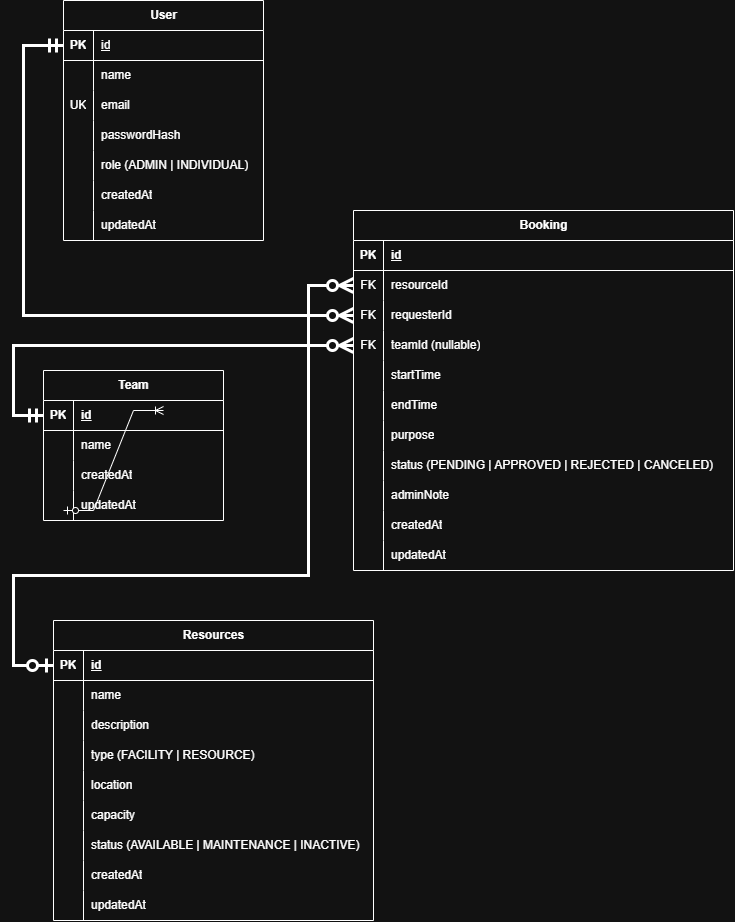
Above: assets/reservify-er-diagram.png in KKPremarathna/resource-reservation-management (draw.io), before the change. Source tidied: cells renumbered, new cells last; positions are measured from the earlier drawing's top-left corner, leaving out a move shared by most shapes.
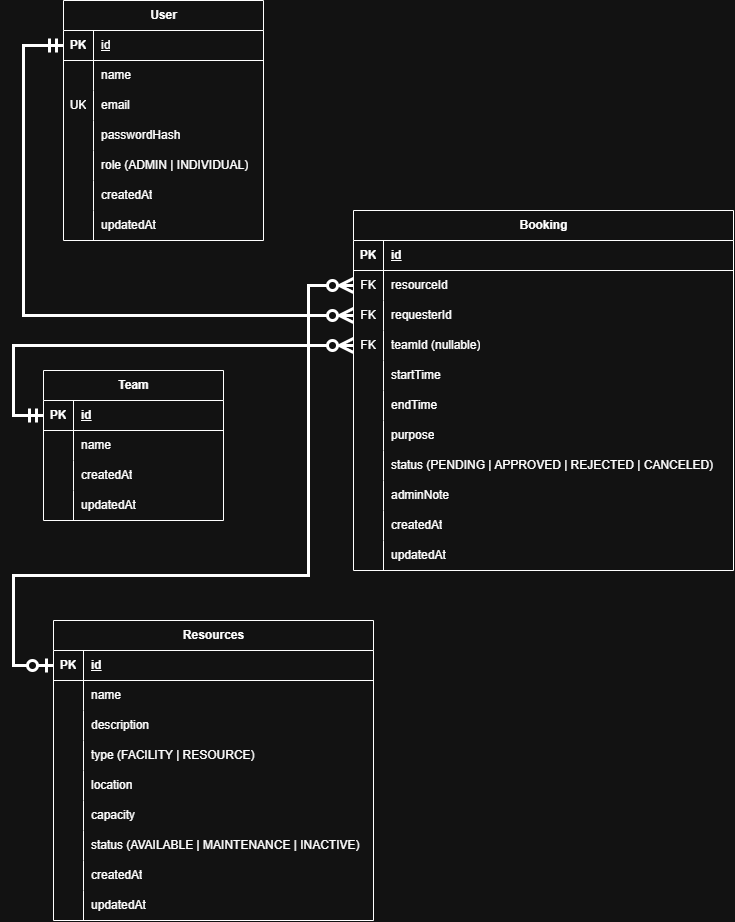
The same diagram one commit later.

Change to the diagram source:
```diff
@@ -319,11 +319,5 @@
         </Array>
       </mxGeometry>
     </mxCell>
-    <mxCell id="102" style="edgeStyle=entityRelationEdgeStyle;fontSize=12;html=1;endArrow=ERoneToMany;startArrow=ERzeroToOne;rounded=0;" parent="1" edge="1">
-      <mxGeometry relative="1" as="geometry">
-        <mxPoint x="50" y="510" as="sourcePoint" />
-        <mxPoint x="150" y="410" as="targetPoint" />
-      </mxGeometry>
-    </mxCell>
   </root>
 </mxGraphModel>
```
